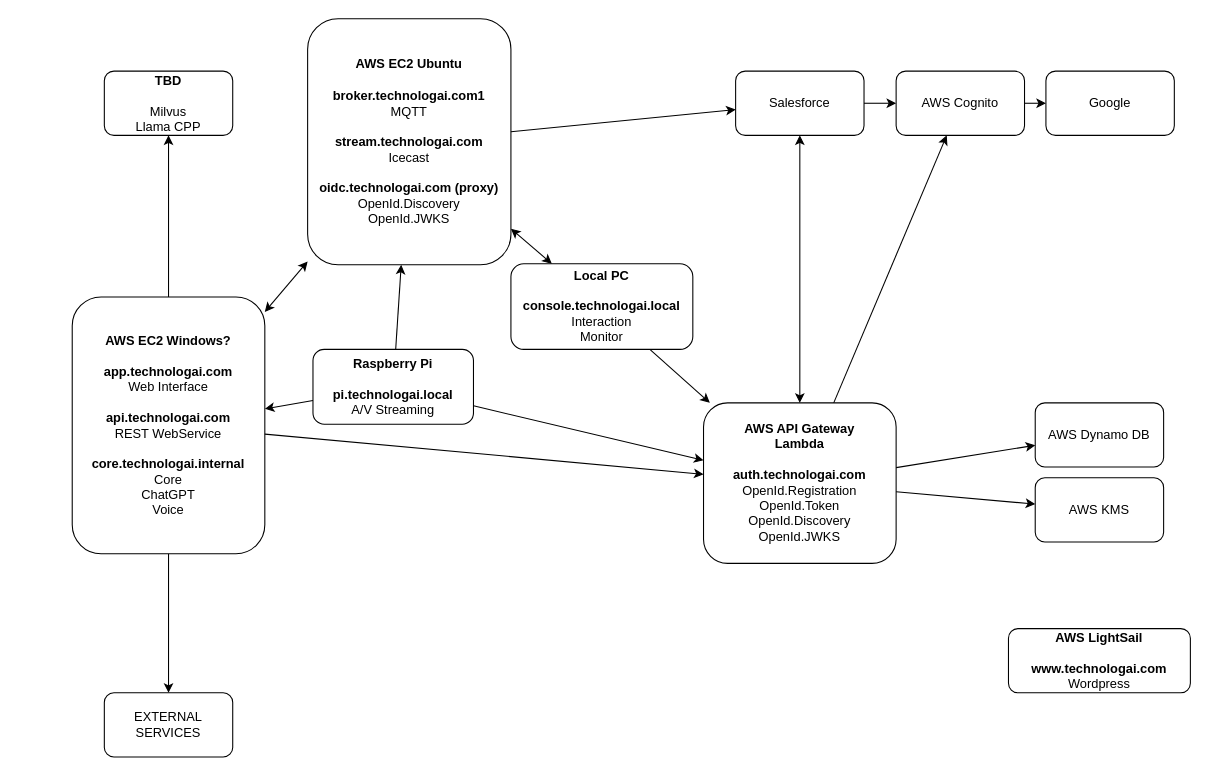
The draw.io diagram Assets/TechnologaiEnvironments.drawio in john-s4d/TechnologAI, before the edit. Source tidied: cells renumbered, new cells numbered last; positions are measured from the earlier drawing's top-left corner, leaving out a move shared by most shapes. Both pictures are drawn from the tidied source at 107%, with x=0, y=0 at pixel (72, 18).
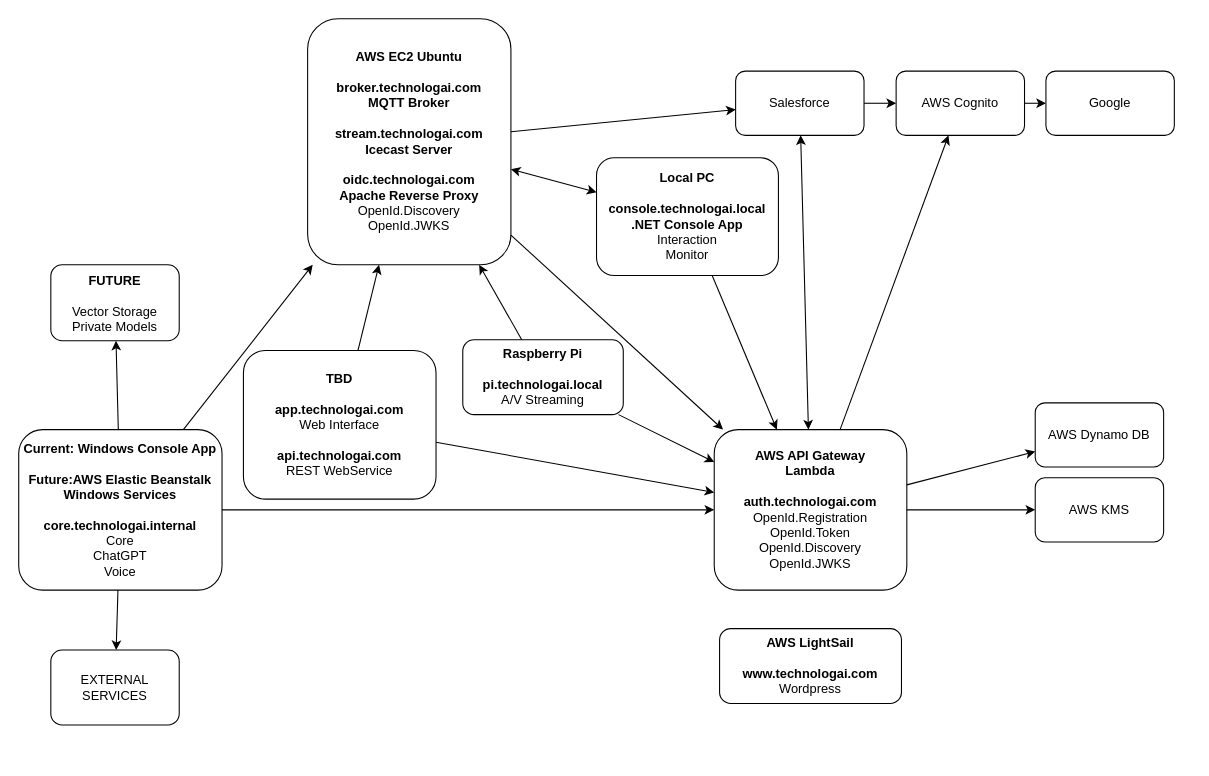
Above is the later version.

Change to the diagram source:
```diff
@@
     <mxCell id="2" value="&lt;b&gt;AWS API Gateway&lt;br&gt;Lambda&lt;br&gt;&lt;br&gt;auth.technologai.com&lt;/b&gt;&lt;br&gt;OpenId.Registration&lt;br&gt;OpenId.Token&lt;br&gt;OpenId.Discovery&lt;br style=&quot;border-color: var(--border-color);&quot;&gt;OpenId.JWKS" style="rounded=1;whiteSpace=wrap;html=1;" parent="1" vertex="1">
-      <mxGeometry x="590" y="359" width="180" height="150" as="geometry" />
+      <mxGeometry x="600" y="384" width="180" height="150" as="geometry" />
     </mxCell>
@@
     <mxCell id="6" value="&lt;b&gt;AWS LightSail&lt;br&gt;&lt;br&gt;www.technologai.com&lt;/b&gt;&lt;br&gt;Wordpress" style="rounded=1;whiteSpace=wrap;html=1;" parent="1" vertex="1">
-      <mxGeometry x="875" y="570" width="170" height="60" as="geometry" />
+      <mxGeometry x="605" y="570" width="170" height="70" as="geometry" />
     </mxCell>
-    <mxCell id="7" value="&lt;b&gt;AWS EC2 Ubuntu&lt;br&gt;&lt;br&gt;broker.technologai.com1&lt;br&gt;&lt;/b&gt;MQTT&lt;br&gt;&lt;br&gt;&lt;b style=&quot;border-color: var(--border-color);&quot;&gt;stream.technologai.com&lt;br style=&quot;border-color: var(--border-color);&quot;&gt;&lt;/b&gt;Icecast&lt;br&gt;&lt;br&gt;&lt;b style=&quot;border-color: var(--border-color);&quot;&gt;oidc.technologai.com (proxy)&lt;/b&gt;&lt;br style=&quot;border-color: var(--border-color);&quot;&gt;OpenId.Discovery&lt;br style=&quot;border-color: var(--border-color);&quot;&gt;OpenId.JWKS" style="rounded=1;whiteSpace=wrap;html=1;" parent="1" vertex="1">
+    <mxCell id="7" value="&lt;b&gt;AWS EC2 Ubuntu&lt;br&gt;&lt;br&gt;broker.technologai.com&lt;br&gt;MQTT Broker&lt;/b&gt;&lt;br&gt;&lt;br&gt;&lt;b style=&quot;border-color: var(--border-color);&quot;&gt;stream.technologai.com&lt;br style=&quot;border-color: var(--border-color);&quot;&gt;&lt;/b&gt;&lt;b&gt;Icecast Server&lt;/b&gt;&lt;br&gt;&lt;br&gt;&lt;b style=&quot;border-color: var(--border-color);&quot;&gt;oidc.technologai.com&lt;br&gt;Apache Reverse Proxy&lt;/b&gt;&lt;br style=&quot;border-color: var(--border-color);&quot;&gt;OpenId.Discovery&lt;br style=&quot;border-color: var(--border-color);&quot;&gt;OpenId.JWKS" style="rounded=1;whiteSpace=wrap;html=1;" parent="1" vertex="1">
       <mxGeometry x="220" width="190" height="230" as="geometry" />
     </mxCell>
     <mxCell id="8" value="&lt;b&gt;Raspberry Pi&lt;br&gt;&lt;br&gt;pi.technologai.local&lt;/b&gt;&lt;br&gt;A/V Streaming" style="rounded=1;whiteSpace=wrap;html=1;" parent="1" vertex="1">
-      <mxGeometry x="225" y="309" width="150" height="70" as="geometry" />
+      <mxGeometry x="365" y="300" width="150" height="70" as="geometry" />
     </mxCell>
@@
-    <mxCell id="13" style="endArrow=classic;startArrow=classic;html=1;rounded=0;" parent="1" edge="1" source="7" target="15">
-      <mxGeometry relative="1" as="geometry" />
-    </mxCell>
-    <mxCell id="14" style="edgeStyle=orthogonalEdgeStyle;rounded=0;jettySize=auto;html=1;" parent="1" edge="1" source="15" target="30">
-      <mxGeometry relative="1" as="geometry" />
-    </mxCell>
-    <mxCell id="15" value="&lt;b&gt;AWS EC2 Windows?&lt;br&gt;&lt;br&gt;app.technologai.com&lt;br&gt;&lt;/b&gt;Web Interface&lt;br&gt;&lt;br&gt;&lt;b&gt;api.technologai.com&lt;br&gt;&lt;/b&gt;REST WebService&lt;br&gt;&lt;br&gt;&lt;b style=&quot;border-color: var(--border-color);&quot;&gt;core.technologai.internal&lt;/b&gt;&lt;br style=&quot;border-color: var(--border-color);&quot;&gt;Core&lt;br style=&quot;border-color: var(--border-color);&quot;&gt;ChatGPT&lt;br style=&quot;border-color: var(--border-color);&quot;&gt;Voice" style="rounded=1;whiteSpace=wrap;html=1;" parent="1" vertex="1">
-      <mxGeometry y="260" width="180" height="240" as="geometry" />
+    <mxCell id="15" value="&lt;b&gt;Current: Windows Console App&lt;br&gt;&lt;br&gt;Future:AWS Elastic Beanstalk Windows Services&lt;br&gt;&lt;/b&gt;&lt;br&gt;&lt;b style=&quot;border-color: var(--border-color);&quot;&gt;core.technologai.internal&lt;/b&gt;&lt;br style=&quot;border-color: var(--border-color);&quot;&gt;Core&lt;br style=&quot;border-color: var(--border-color);&quot;&gt;ChatGPT&lt;br style=&quot;border-color: var(--border-color);&quot;&gt;Voice" style="rounded=1;whiteSpace=wrap;html=1;" parent="1" vertex="1">
+      <mxGeometry x="-50" y="384" width="190" height="150" as="geometry" />
     </mxCell>
-    <mxCell id="16" value="&lt;b&gt;Local PC&lt;br&gt;&lt;br&gt;console.technologai.local&lt;/b&gt;&lt;br&gt;Interaction&lt;br&gt;Monitor" style="rounded=1;whiteSpace=wrap;html=1;" parent="1" vertex="1">
-      <mxGeometry x="410" y="229" width="170" height="80" as="geometry" />
+    <mxCell id="16" value="&lt;b&gt;Local PC&lt;br&gt;&lt;br&gt;console.technologai.local&lt;br&gt;.NET Console App&lt;/b&gt;&lt;br&gt;Interaction&lt;br&gt;Monitor" style="rounded=1;whiteSpace=wrap;html=1;" parent="1" vertex="1">
+      <mxGeometry x="490" y="130" width="170" height="110" as="geometry" />
     </mxCell>
@@
-    <mxCell id="19" style="endArrow=classic;html=1;rounded=0;" parent="1" edge="1" source="8" target="15">
-      <mxGeometry relative="1" as="geometry" />
-    </mxCell>
@@
-    <mxCell id="26" value="&lt;b&gt;TBD&lt;/b&gt;&lt;br&gt;&lt;br&gt;Milvus&lt;br&gt;Llama CPP" style="rounded=1;whiteSpace=wrap;html=1;" parent="1" vertex="1">
-      <mxGeometry x="30" y="49" width="120" height="60" as="geometry" />
+    <mxCell id="26" value="&lt;b&gt;FUTURE&lt;/b&gt;&lt;br&gt;&lt;br&gt;Vector Storage&lt;br&gt;Private Models" style="rounded=1;whiteSpace=wrap;html=1;" parent="1" vertex="1">
+      <mxGeometry x="-20" y="230" width="120" height="71" as="geometry" />
     </mxCell>
@@
     <mxCell id="30" value="EXTERNAL&lt;br&gt;SERVICES" style="rounded=1;whiteSpace=wrap;html=1;" parent="1" vertex="1">
-      <mxGeometry x="30" y="630" width="120" height="60" as="geometry" />
+      <mxGeometry x="-20" y="590" width="120" height="70" as="geometry" />
     </mxCell>
+    <mxCell id="31" style="endArrow=classic;html=1;rounded=0;" parent="1" edge="1" source="7" target="2">
+      <mxGeometry relative="1" as="geometry" />
+    </mxCell>
+    <mxCell id="32" value="&lt;b&gt;TBD&lt;br&gt;&lt;br&gt;app.technologai.com&lt;br&gt;&lt;/b&gt;Web Interface&lt;br&gt;&lt;br&gt;&lt;b&gt;api.technologai.com&lt;br&gt;&lt;/b&gt;REST WebService" style="rounded=1;whiteSpace=wrap;html=1;" parent="1" vertex="1">
+      <mxGeometry x="160" y="310" width="180" height="139" as="geometry" />
+    </mxCell>
+    <mxCell id="14" style="endArrow=classic;html=1;rounded=0;" parent="1" edge="1" source="15" target="30">
+      <mxGeometry relative="1" as="geometry" />
+    </mxCell>
+    <mxCell id="33" style="endArrow=classic;html=1;rounded=0;" parent="1" edge="1" source="32" target="2">
+      <mxGeometry relative="1" as="geometry" />
+    </mxCell>
+    <mxCell id="34" style="endArrow=classic;html=1;rounded=0;" parent="1" edge="1" source="32" target="7">
+      <mxGeometry relative="1" as="geometry" />
+    </mxCell>
+    <mxCell id="35" style="endArrow=classic;html=1;rounded=0;" parent="1" edge="1" source="15" target="7">
+      <mxGeometry relative="1" as="geometry" />
+    </mxCell>
```
